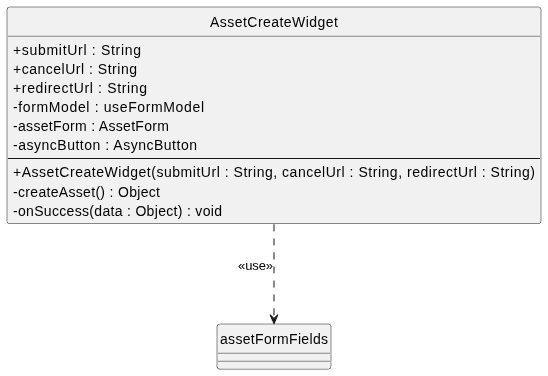
GroupRubberDuck/Documentazione keeps this PlantUML diagram as src/PB/DocumentazioneEsterna/Specifica_Tecnica/content/05-diagrammi-classi/uml/png/frontend/widget/AssetCreateWidget.png. Above is the earlier version. Its source is kept beside it as src/PB/DocumentazioneEsterna/Specifica_Tecnica/content/05-diagrammi-classi/uml/puml/Frontend/widget/AssetCreateWidget.puml.
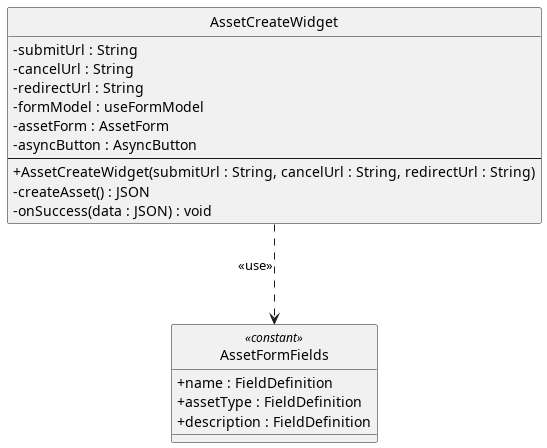
The same diagram one commit later.

Diff of the diagram source:
```diff
@@ -8,17 +8,20 @@
 
 
 class AssetCreateWidget  {
-  + submitUrl : String
-  + cancelUrl : String
-  + redirectUrl : String
+  - submitUrl : String
+  - cancelUrl : String
+  - redirectUrl : String
   - formModel : useFormModel
   - assetForm : AssetForm
   - asyncButton : AsyncButton
   --
   + AssetCreateWidget(submitUrl : String, cancelUrl : String, redirectUrl : String)
-  - createAsset() : Object
-  - onSuccess(data : Object) : void
+  - createAsset() : JSON
+  - onSuccess(data : JSON) : void
 }
-AssetCreateWidget ..> assetFormFields : <<use>>
+
+!include src/PB/DocumentazioneEsterna/Specifica_Tecnica/content/05-diagrammi-classi/uml/puml/Frontend/shared/AssetFormFields.puml
+
+AssetCreateWidget ..> AssetFormFields : <<use>>
 
 @enduml
```
